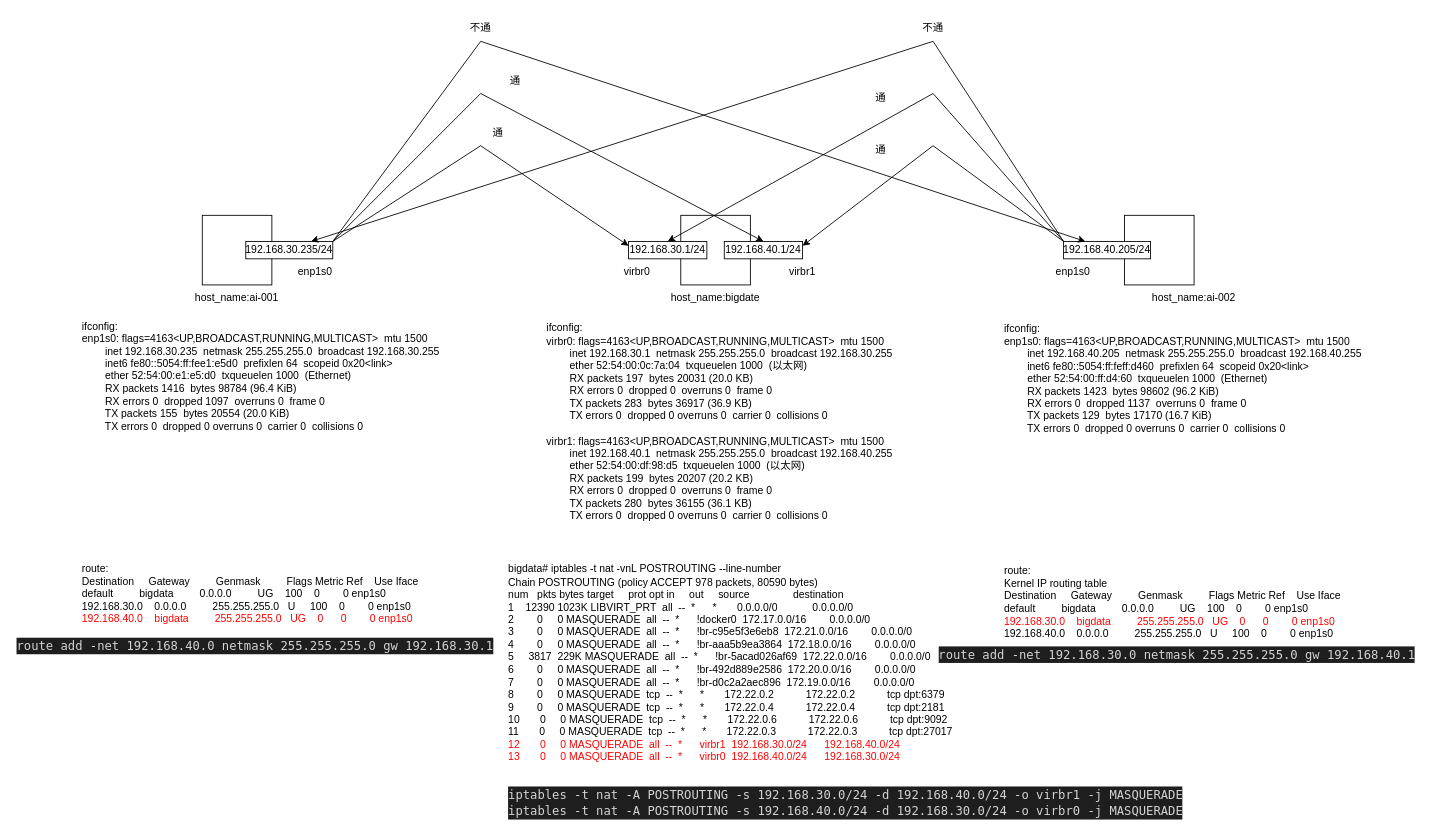
This is iptables.drawio from chenjinxin1124/diagrams, a draw.io file, before an edit. Source tidied: cells renumbered, new cells numbered last; positions are measured from the earlier drawing's top-left corner, leaving out a move shared by most shapes. Both pictures are drawn from the tidied source at 87%, with x=0, y=0 at pixel (15, 15).
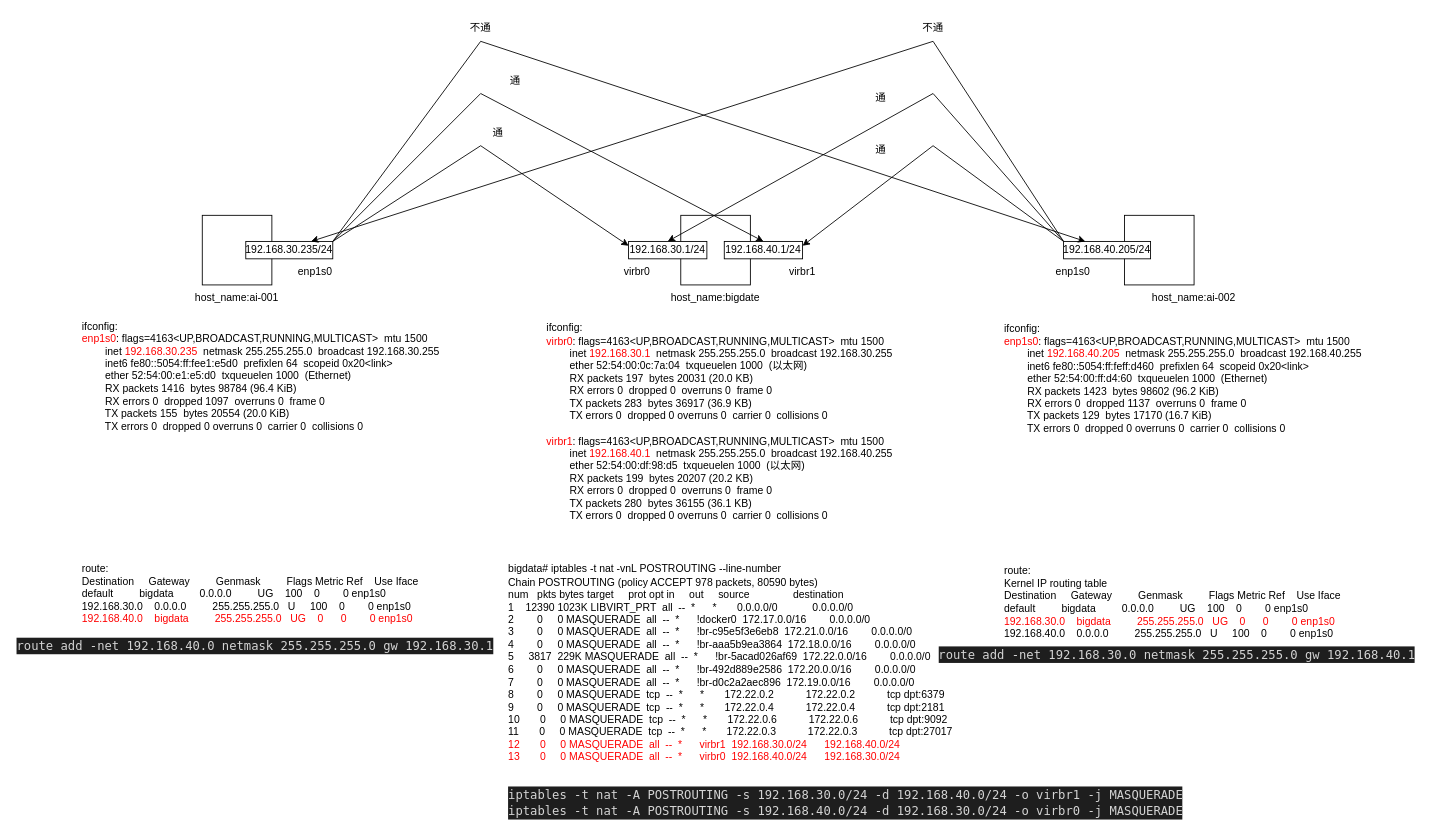
After the change.

What changed in the source:
```diff
@@
-    <mxCell id="8" value="ifconfig:&lt;br&gt;&lt;div&gt;virbr0: flags=4163&amp;lt;UP,BROADCAST,RUNNING,MULTICAST&amp;gt;&amp;nbsp; mtu 1500&lt;/div&gt;&lt;div&gt;&amp;nbsp; &amp;nbsp; &amp;nbsp; &amp;nbsp; inet 192.168.30.1&amp;nbsp; netmask 255.255.255.0&amp;nbsp; broadcast 192.168.30.255&lt;/div&gt;&lt;div&gt;&amp;nbsp; &amp;nbsp; &amp;nbsp; &amp;nbsp; ether 52:54:00:0c:7a:04&amp;nbsp; txqueuelen 1000&amp;nbsp; (以太网)&lt;/div&gt;&lt;div&gt;&amp;nbsp; &amp;nbsp; &amp;nbsp; &amp;nbsp; RX packets 197&amp;nbsp; bytes 20031 (20.0 KB)&lt;/div&gt;&lt;div&gt;&amp;nbsp; &amp;nbsp; &amp;nbsp; &amp;nbsp; RX errors 0&amp;nbsp; dropped 0&amp;nbsp; overruns 0&amp;nbsp; frame 0&lt;/div&gt;&lt;div&gt;&amp;nbsp; &amp;nbsp; &amp;nbsp; &amp;nbsp; TX packets 283&amp;nbsp; bytes 36917 (36.9 KB)&lt;/div&gt;&lt;div&gt;&amp;nbsp; &amp;nbsp; &amp;nbsp; &amp;nbsp; TX errors 0&amp;nbsp; dropped 0 overruns 0&amp;nbsp; carrier 0&amp;nbsp; collisions 0&lt;/div&gt;&lt;div&gt;&lt;br&gt;&lt;/div&gt;&lt;div&gt;virbr1: flags=4163&amp;lt;UP,BROADCAST,RUNNING,MULTICAST&amp;gt;&amp;nbsp; mtu 1500&lt;/div&gt;&lt;div&gt;&amp;nbsp; &amp;nbsp; &amp;nbsp; &amp;nbsp; inet 192.168.40.1&amp;nbsp; netmask 255.255.255.0&amp;nbsp; broadcast 192.168.40.255&lt;/div&gt;&lt;div&gt;&amp;nbsp; &amp;nbsp; &amp;nbsp; &amp;nbsp; ether 52:54:00:df:98:d5&amp;nbsp; txqueuelen 1000&amp;nbsp; (以太网)&lt;/div&gt;&lt;div&gt;&amp;nbsp; &amp;nbsp; &amp;nbsp; &amp;nbsp; RX packets 199&amp;nbsp; bytes 20207 (20.2 KB)&lt;/div&gt;&lt;div&gt;&amp;nbsp; &amp;nbsp; &amp;nbsp; &amp;nbsp; RX errors 0&amp;nbsp; dropped 0&amp;nbsp; overruns 0&amp;nbsp; frame 0&lt;/div&gt;&lt;div&gt;&amp;nbsp; &amp;nbsp; &amp;nbsp; &amp;nbsp; TX packets 280&amp;nbsp; bytes 36155 (36.1 KB)&lt;/div&gt;&lt;div&gt;&amp;nbsp; &amp;nbsp; &amp;nbsp; &amp;nbsp; TX errors 0&amp;nbsp; dropped 0 overruns 0&amp;nbsp; carrier 0&amp;nbsp; collisions 0&lt;/div&gt;&lt;div&gt;&lt;br&gt;&lt;/div&gt;" style="text;html=1;strokeColor=none;fillColor=none;align=left;verticalAlign=middle;whiteSpace=wrap;rounded=0;" parent="1" vertex="1">
+    <mxCell id="8" value="ifconfig:&lt;br&gt;&lt;div&gt;&lt;font color=&quot;#ff0000&quot;&gt;virbr0&lt;/font&gt;: flags=4163&amp;lt;UP,BROADCAST,RUNNING,MULTICAST&amp;gt;&amp;nbsp; mtu 1500&lt;/div&gt;&lt;div&gt;&amp;nbsp; &amp;nbsp; &amp;nbsp; &amp;nbsp; inet &lt;font color=&quot;#ff0000&quot;&gt;192.168.30.1&lt;/font&gt;&amp;nbsp; netmask 255.255.255.0&amp;nbsp; broadcast 192.168.30.255&lt;/div&gt;&lt;div&gt;&amp;nbsp; &amp;nbsp; &amp;nbsp; &amp;nbsp; ether 52:54:00:0c:7a:04&amp;nbsp; txqueuelen 1000&amp;nbsp; (以太网)&lt;/div&gt;&lt;div&gt;&amp;nbsp; &amp;nbsp; &amp;nbsp; &amp;nbsp; RX packets 197&amp;nbsp; bytes 20031 (20.0 KB)&lt;/div&gt;&lt;div&gt;&amp;nbsp; &amp;nbsp; &amp;nbsp; &amp;nbsp; RX errors 0&amp;nbsp; dropped 0&amp;nbsp; overruns 0&amp;nbsp; frame 0&lt;/div&gt;&lt;div&gt;&amp;nbsp; &amp;nbsp; &amp;nbsp; &amp;nbsp; TX packets 283&amp;nbsp; bytes 36917 (36.9 KB)&lt;/div&gt;&lt;div&gt;&amp;nbsp; &amp;nbsp; &amp;nbsp; &amp;nbsp; TX errors 0&amp;nbsp; dropped 0 overruns 0&amp;nbsp; carrier 0&amp;nbsp; collisions 0&lt;/div&gt;&lt;div&gt;&lt;br&gt;&lt;/div&gt;&lt;div&gt;&lt;font color=&quot;#ff0000&quot;&gt;virbr1&lt;/font&gt;: flags=4163&amp;lt;UP,BROADCAST,RUNNING,MULTICAST&amp;gt;&amp;nbsp; mtu 1500&lt;/div&gt;&lt;div&gt;&amp;nbsp; &amp;nbsp; &amp;nbsp; &amp;nbsp; inet &lt;font color=&quot;#ff0000&quot;&gt;192.168.40.1&lt;/font&gt;&amp;nbsp; netmask 255.255.255.0&amp;nbsp; broadcast 192.168.40.255&lt;/div&gt;&lt;div&gt;&amp;nbsp; &amp;nbsp; &amp;nbsp; &amp;nbsp; ether 52:54:00:df:98:d5&amp;nbsp; txqueuelen 1000&amp;nbsp; (以太网)&lt;/div&gt;&lt;div&gt;&amp;nbsp; &amp;nbsp; &amp;nbsp; &amp;nbsp; RX packets 199&amp;nbsp; bytes 20207 (20.2 KB)&lt;/div&gt;&lt;div&gt;&amp;nbsp; &amp;nbsp; &amp;nbsp; &amp;nbsp; RX errors 0&amp;nbsp; dropped 0&amp;nbsp; overruns 0&amp;nbsp; frame 0&lt;/div&gt;&lt;div&gt;&amp;nbsp; &amp;nbsp; &amp;nbsp; &amp;nbsp; TX packets 280&amp;nbsp; bytes 36155 (36.1 KB)&lt;/div&gt;&lt;div&gt;&amp;nbsp; &amp;nbsp; &amp;nbsp; &amp;nbsp; TX errors 0&amp;nbsp; dropped 0 overruns 0&amp;nbsp; carrier 0&amp;nbsp; collisions 0&lt;/div&gt;&lt;div&gt;&lt;br&gt;&lt;/div&gt;" style="text;html=1;strokeColor=none;fillColor=none;align=left;verticalAlign=middle;whiteSpace=wrap;rounded=0;" parent="1" vertex="1">
       <mxGeometry x="609" y="460" width="1020" height="30" as="geometry" />
     </mxCell>
-    <mxCell id="9" value="ifconfig:&lt;br&gt;&lt;div&gt;enp1s0: flags=4163&amp;lt;UP,BROADCAST,RUNNING,MULTICAST&amp;gt;&amp;nbsp; mtu 1500&lt;/div&gt;&lt;div&gt;&amp;nbsp; &amp;nbsp; &amp;nbsp; &amp;nbsp; inet 192.168.30.235&amp;nbsp; netmask 255.255.255.0&amp;nbsp; broadcast 192.168.30.255&lt;/div&gt;&lt;div&gt;&amp;nbsp; &amp;nbsp; &amp;nbsp; &amp;nbsp; inet6 fe80::5054:ff:fee1:e5d0&amp;nbsp; prefixlen 64&amp;nbsp; scopeid 0x20&amp;lt;link&amp;gt;&lt;/div&gt;&lt;div&gt;&amp;nbsp; &amp;nbsp; &amp;nbsp; &amp;nbsp; ether 52:54:00:e1:e5:d0&amp;nbsp; txqueuelen 1000&amp;nbsp; (Ethernet)&lt;/div&gt;&lt;div&gt;&amp;nbsp; &amp;nbsp; &amp;nbsp; &amp;nbsp; RX packets 1416&amp;nbsp; bytes 98784 (96.4 KiB)&lt;/div&gt;&lt;div&gt;&amp;nbsp; &amp;nbsp; &amp;nbsp; &amp;nbsp; RX errors 0&amp;nbsp; dropped 1097&amp;nbsp; overruns 0&amp;nbsp; frame 0&lt;/div&gt;&lt;div&gt;&amp;nbsp; &amp;nbsp; &amp;nbsp; &amp;nbsp; TX packets 155&amp;nbsp; bytes 20554 (20.0 KiB)&lt;/div&gt;&lt;div&gt;&amp;nbsp; &amp;nbsp; &amp;nbsp; &amp;nbsp; TX errors 0&amp;nbsp; dropped 0 overruns 0&amp;nbsp; carrier 0&amp;nbsp; collisions 0&lt;/div&gt;" style="text;html=1;strokeColor=none;fillColor=none;align=left;verticalAlign=middle;whiteSpace=wrap;rounded=0;" parent="1" vertex="1">
+    <mxCell id="9" value="ifconfig:&lt;br&gt;&lt;div&gt;&lt;font color=&quot;#ff0000&quot;&gt;enp1s0&lt;/font&gt;: flags=4163&amp;lt;UP,BROADCAST,RUNNING,MULTICAST&amp;gt;&amp;nbsp; mtu 1500&lt;/div&gt;&lt;div&gt;&amp;nbsp; &amp;nbsp; &amp;nbsp; &amp;nbsp; inet &lt;font color=&quot;#ff0000&quot;&gt;192.168.30.235&lt;/font&gt;&amp;nbsp; netmask 255.255.255.0&amp;nbsp; broadcast 192.168.30.255&lt;/div&gt;&lt;div&gt;&amp;nbsp; &amp;nbsp; &amp;nbsp; &amp;nbsp; inet6 fe80::5054:ff:fee1:e5d0&amp;nbsp; prefixlen 64&amp;nbsp; scopeid 0x20&amp;lt;link&amp;gt;&lt;/div&gt;&lt;div&gt;&amp;nbsp; &amp;nbsp; &amp;nbsp; &amp;nbsp; ether 52:54:00:e1:e5:d0&amp;nbsp; txqueuelen 1000&amp;nbsp; (Ethernet)&lt;/div&gt;&lt;div&gt;&amp;nbsp; &amp;nbsp; &amp;nbsp; &amp;nbsp; RX packets 1416&amp;nbsp; bytes 98784 (96.4 KiB)&lt;/div&gt;&lt;div&gt;&amp;nbsp; &amp;nbsp; &amp;nbsp; &amp;nbsp; RX errors 0&amp;nbsp; dropped 1097&amp;nbsp; overruns 0&amp;nbsp; frame 0&lt;/div&gt;&lt;div&gt;&amp;nbsp; &amp;nbsp; &amp;nbsp; &amp;nbsp; TX packets 155&amp;nbsp; bytes 20554 (20.0 KiB)&lt;/div&gt;&lt;div&gt;&amp;nbsp; &amp;nbsp; &amp;nbsp; &amp;nbsp; TX errors 0&amp;nbsp; dropped 0 overruns 0&amp;nbsp; carrier 0&amp;nbsp; collisions 0&lt;/div&gt;" style="text;html=1;strokeColor=none;fillColor=none;align=left;verticalAlign=middle;whiteSpace=wrap;rounded=0;" parent="1" vertex="1">
       <mxGeometry x="75" y="400" width="480" height="30" as="geometry" />
     </mxCell>
-    <mxCell id="10" value="ifconfig:&lt;br&gt;&lt;div&gt;enp1s0: flags=4163&amp;lt;UP,BROADCAST,RUNNING,MULTICAST&amp;gt;&amp;nbsp; mtu 1500&lt;/div&gt;&lt;div&gt;&amp;nbsp; &amp;nbsp; &amp;nbsp; &amp;nbsp; inet 192.168.40.205&amp;nbsp; netmask 255.255.255.0&amp;nbsp; broadcast 192.168.40.255&lt;/div&gt;&lt;div&gt;&amp;nbsp; &amp;nbsp; &amp;nbsp; &amp;nbsp; inet6 fe80::5054:ff:feff:d460&amp;nbsp; prefixlen 64&amp;nbsp; scopeid 0x20&amp;lt;link&amp;gt;&lt;/div&gt;&lt;div&gt;&amp;nbsp; &amp;nbsp; &amp;nbsp; &amp;nbsp; ether 52:54:00:ff:d4:60&amp;nbsp; txqueuelen 1000&amp;nbsp; (Ethernet)&lt;/div&gt;&lt;div&gt;&amp;nbsp; &amp;nbsp; &amp;nbsp; &amp;nbsp; RX packets 1423&amp;nbsp; bytes 98602 (96.2 KiB)&lt;/div&gt;&lt;div&gt;&amp;nbsp; &amp;nbsp; &amp;nbsp; &amp;nbsp; RX errors 0&amp;nbsp; dropped 1137&amp;nbsp; overruns 0&amp;nbsp; frame 0&lt;/div&gt;&lt;div&gt;&amp;nbsp; &amp;nbsp; &amp;nbsp; &amp;nbsp; TX packets 129&amp;nbsp; bytes 17170 (16.7 KiB)&lt;/div&gt;&lt;div&gt;&amp;nbsp; &amp;nbsp; &amp;nbsp; &amp;nbsp; TX errors 0&amp;nbsp; dropped 0 overruns 0&amp;nbsp; carrier 0&amp;nbsp; collisions 0&lt;/div&gt;&lt;div&gt;&lt;br&gt;&lt;/div&gt;" style="text;html=1;strokeColor=none;fillColor=none;align=left;verticalAlign=middle;whiteSpace=wrap;rounded=0;" parent="1" vertex="1">
+    <mxCell id="10" value="ifconfig:&lt;br&gt;&lt;div&gt;&lt;font color=&quot;#ff0000&quot;&gt;enp1s0&lt;/font&gt;: flags=4163&amp;lt;UP,BROADCAST,RUNNING,MULTICAST&amp;gt;&amp;nbsp; mtu 1500&lt;/div&gt;&lt;div&gt;&amp;nbsp; &amp;nbsp; &amp;nbsp; &amp;nbsp; inet &lt;font color=&quot;#ff0000&quot;&gt;192.168.40.205&lt;/font&gt;&amp;nbsp; netmask 255.255.255.0&amp;nbsp; broadcast 192.168.40.255&lt;/div&gt;&lt;div&gt;&amp;nbsp; &amp;nbsp; &amp;nbsp; &amp;nbsp; inet6 fe80::5054:ff:feff:d460&amp;nbsp; prefixlen 64&amp;nbsp; scopeid 0x20&amp;lt;link&amp;gt;&lt;/div&gt;&lt;div&gt;&amp;nbsp; &amp;nbsp; &amp;nbsp; &amp;nbsp; ether 52:54:00:ff:d4:60&amp;nbsp; txqueuelen 1000&amp;nbsp; (Ethernet)&lt;/div&gt;&lt;div&gt;&amp;nbsp; &amp;nbsp; &amp;nbsp; &amp;nbsp; RX packets 1423&amp;nbsp; bytes 98602 (96.2 KiB)&lt;/div&gt;&lt;div&gt;&amp;nbsp; &amp;nbsp; &amp;nbsp; &amp;nbsp; RX errors 0&amp;nbsp; dropped 1137&amp;nbsp; overruns 0&amp;nbsp; frame 0&lt;/div&gt;&lt;div&gt;&amp;nbsp; &amp;nbsp; &amp;nbsp; &amp;nbsp; TX packets 129&amp;nbsp; bytes 17170 (16.7 KiB)&lt;/div&gt;&lt;div&gt;&amp;nbsp; &amp;nbsp; &amp;nbsp; &amp;nbsp; TX errors 0&amp;nbsp; dropped 0 overruns 0&amp;nbsp; carrier 0&amp;nbsp; collisions 0&lt;/div&gt;&lt;div&gt;&lt;br&gt;&lt;/div&gt;" style="text;html=1;strokeColor=none;fillColor=none;align=left;verticalAlign=middle;whiteSpace=wrap;rounded=0;" parent="1" vertex="1">
       <mxGeometry x="1135" y="410" width="420" height="30" as="geometry" />
     </mxCell>
```
